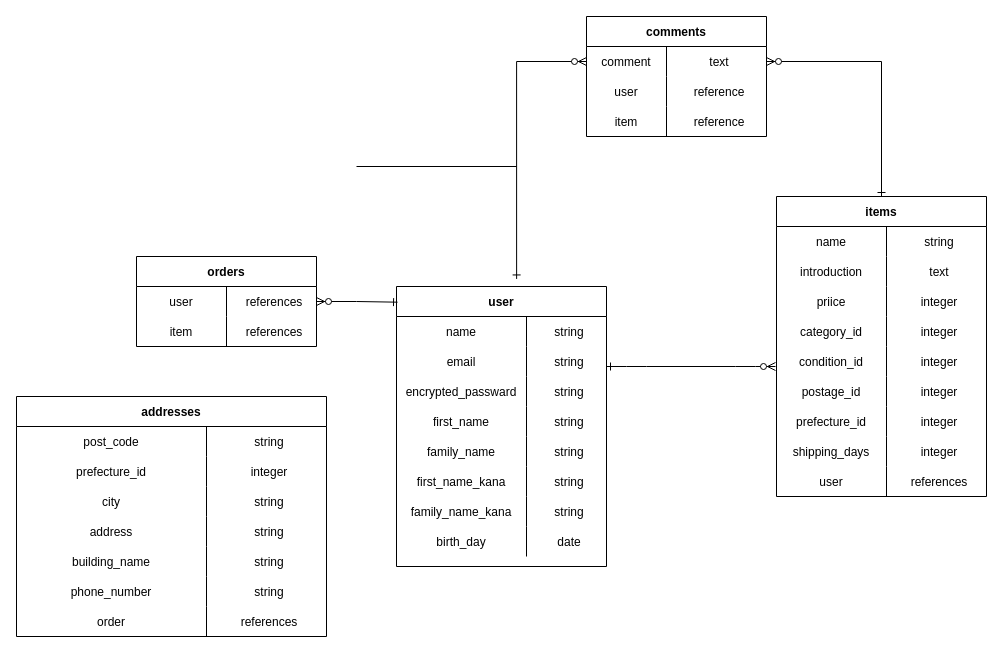
ninomiichan/furima-34382 keeps this draw.io diagram as tset.dio. Above is the earlier version. Source tidied: cells renumbered, new cells numbered last; positions are measured from the earlier drawing's top-left corner, leaving out a move shared by most shapes. Both pictures are drawn from the tidied source at 100%, with x=0, y=0 at pixel (16, 16).
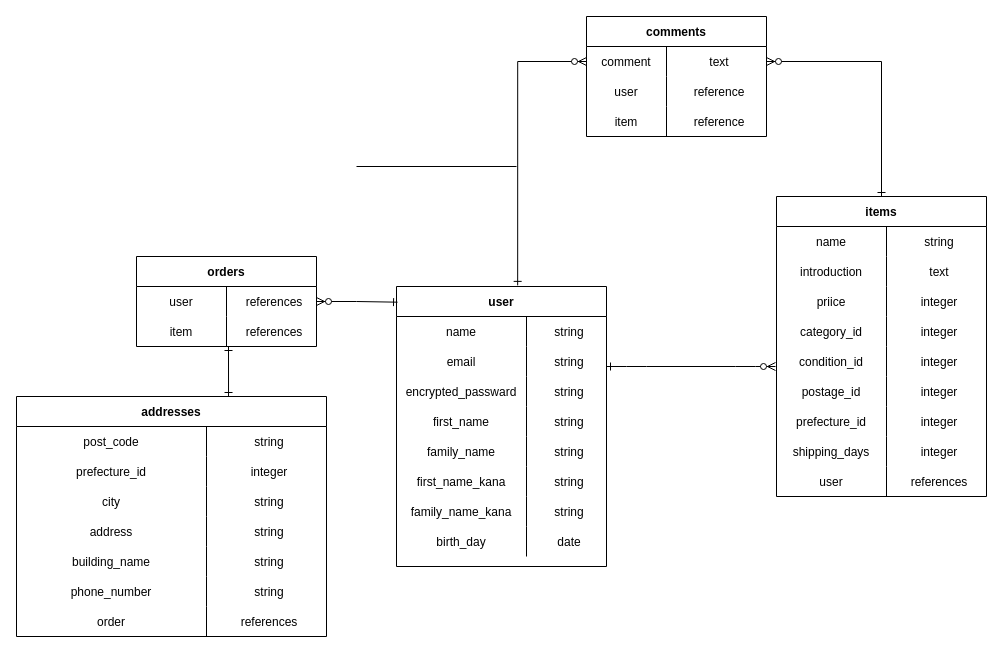
The same page after the edit.

Unchanged cells that the change refers to:
```xml
<mxCell id="2" value="user" style="shape=table;startSize=30;childLayout=tableLayout;rowLines=0;fontStyle=1;align=center;" parent="1" vertex="1">
  <mxGeometry x="380" y="270" width="210" height="280" as="geometry" />
</mxCell>
<mxCell id="58" style="shape=partialRectangle;fillColor=none;top=0;left=0;bottom=0;right=0;points=[[0,0.5],[1,0.5]];portConstraint=eastwest;" parent="57" vertex="1">
  <mxGeometry y="30" width="180" height="30" as="geometry" />
</mxCell>
<mxCell id="68" value="addresses" style="shape=table;startSize=30;childLayout=tableLayout;rowLines=0;fontStyle=1;align=center;fillColor=none;" parent="1" vertex="1">
  <mxGeometry y="380" width="310" height="240" as="geometry" />
</mxCell>
```

What changed in the source:
```diff
@@
-    <mxCell id="67" style="edgeStyle=orthogonalEdgeStyle;rounded=0;jettySize=auto;html=1;exitX=0.572;exitY=-0.027;exitDx=0;exitDy=0;entryX=0;entryY=0.5;entryDx=0;entryDy=0;endArrow=ERzeroToMany;endFill=1;startArrow=ERone;startFill=0;exitPerimeter=0;" parent="1" edge="1" source="2" target="58">
+    <mxCell id="67" style="edgeStyle=orthogonalEdgeStyle;rounded=0;jettySize=auto;html=1;exitX=0.577;exitY=-0.004;exitDx=0;exitDy=0;entryX=0;entryY=0.5;entryDx=0;entryDy=0;endArrow=ERzeroToMany;endFill=1;startArrow=ERone;startFill=0;exitPerimeter=0;" parent="1" edge="1" source="2" target="58">
       <mxGeometry relative="1" as="geometry" />
     </mxCell>
@@
+    <mxCell id="99" style="endArrow=ERone;html=1;rounded=0;entryX=0.684;entryY=0;entryDx=0;entryDy=0;entryPerimeter=0;startArrow=ERone;startFill=0;endFill=0;" parent="1" edge="1" target="68">
+      <mxGeometry relative="1" as="geometry">
+        <mxPoint x="212" y="330" as="sourcePoint" />
+      </mxGeometry>
+    </mxCell>
```
